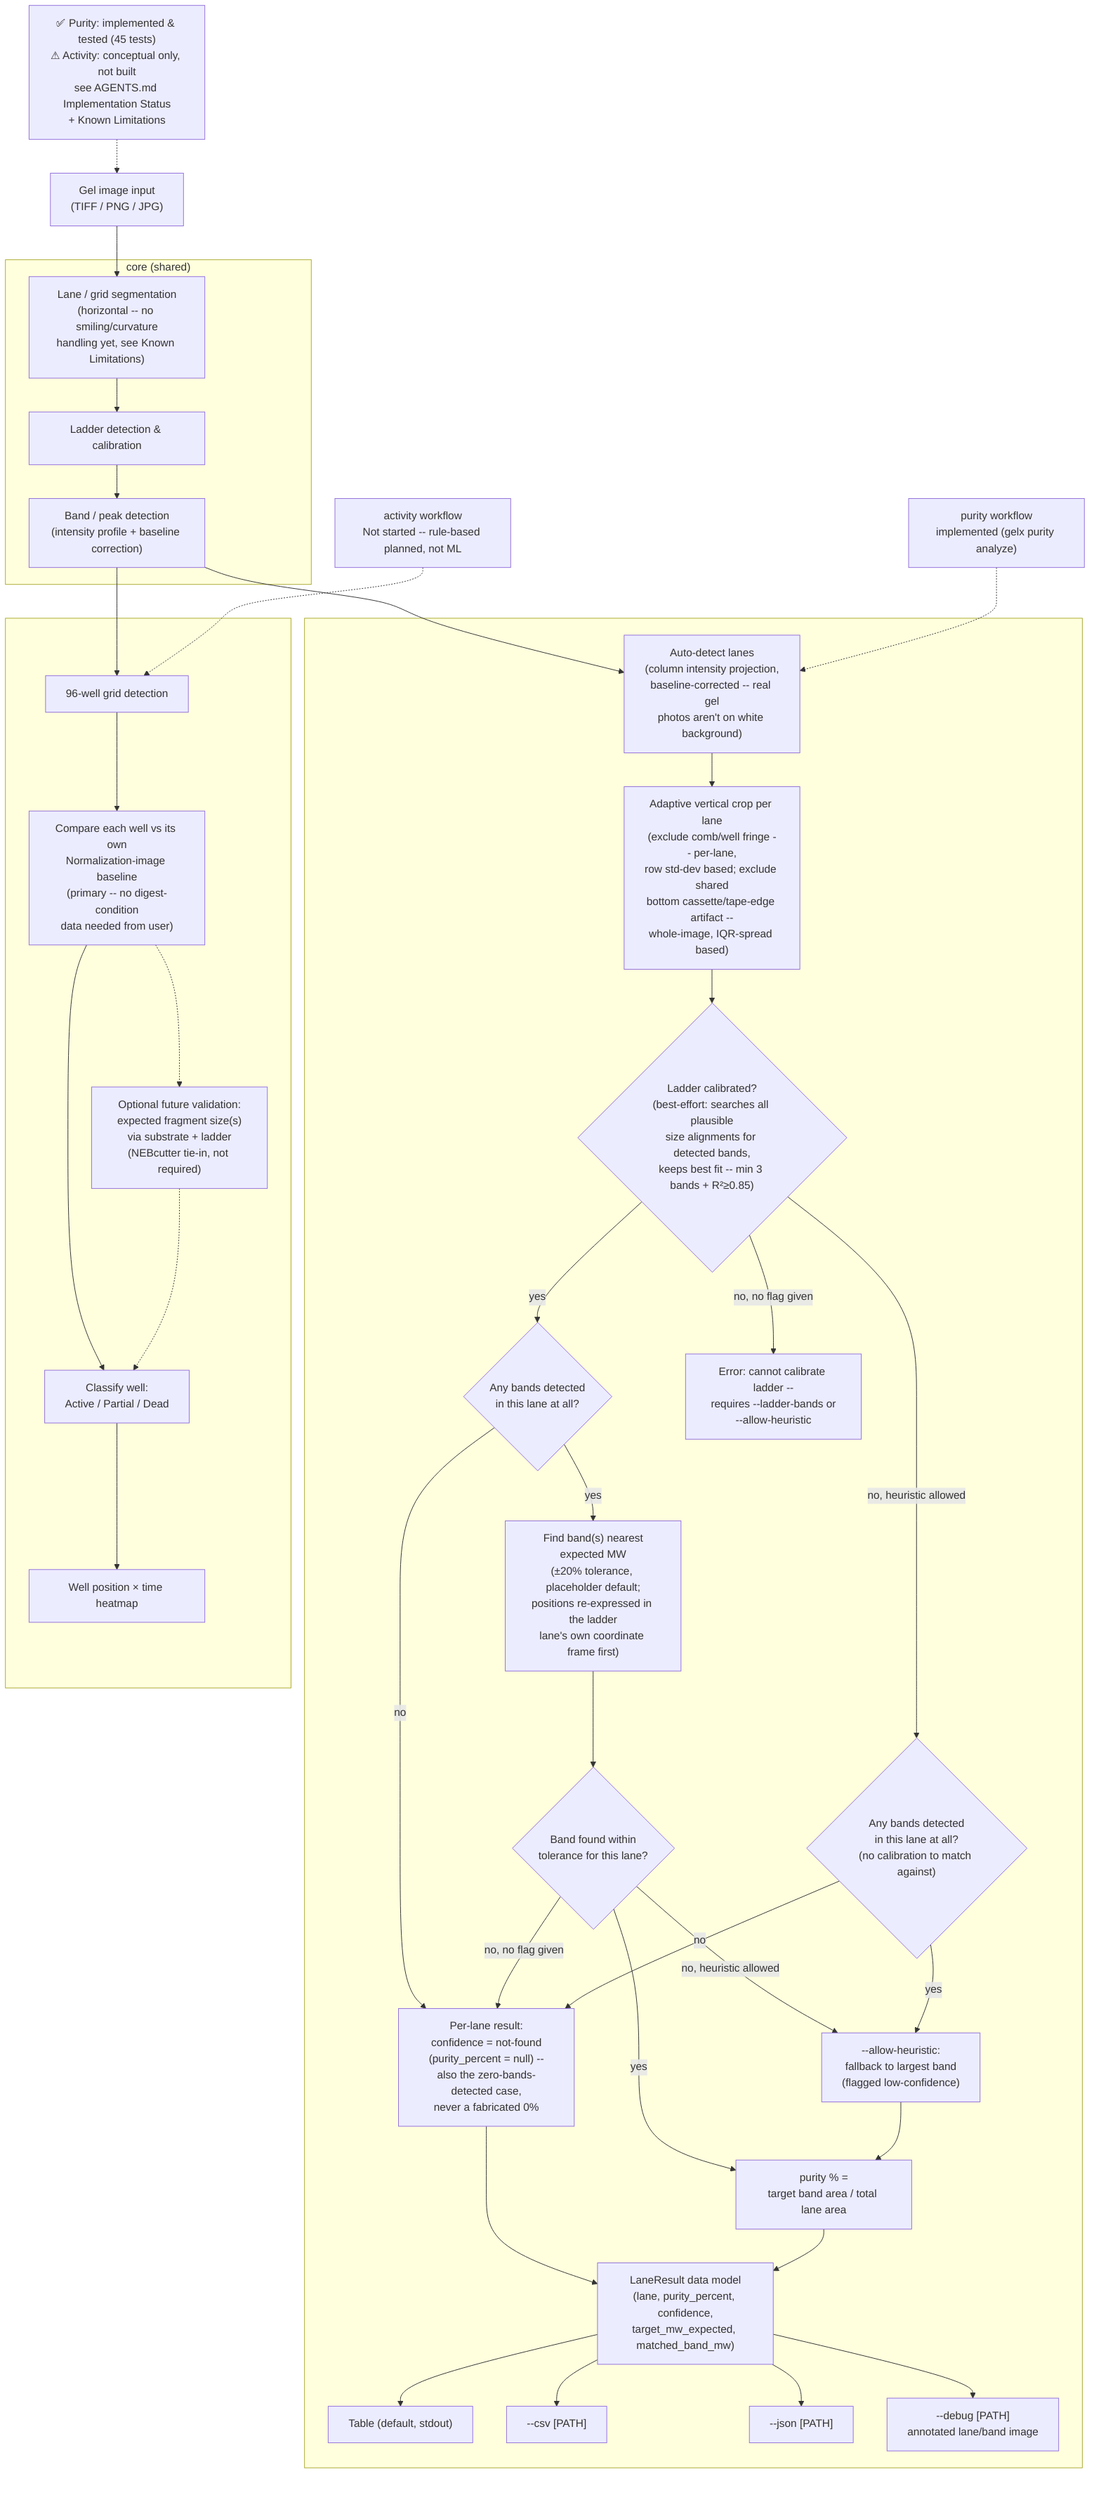
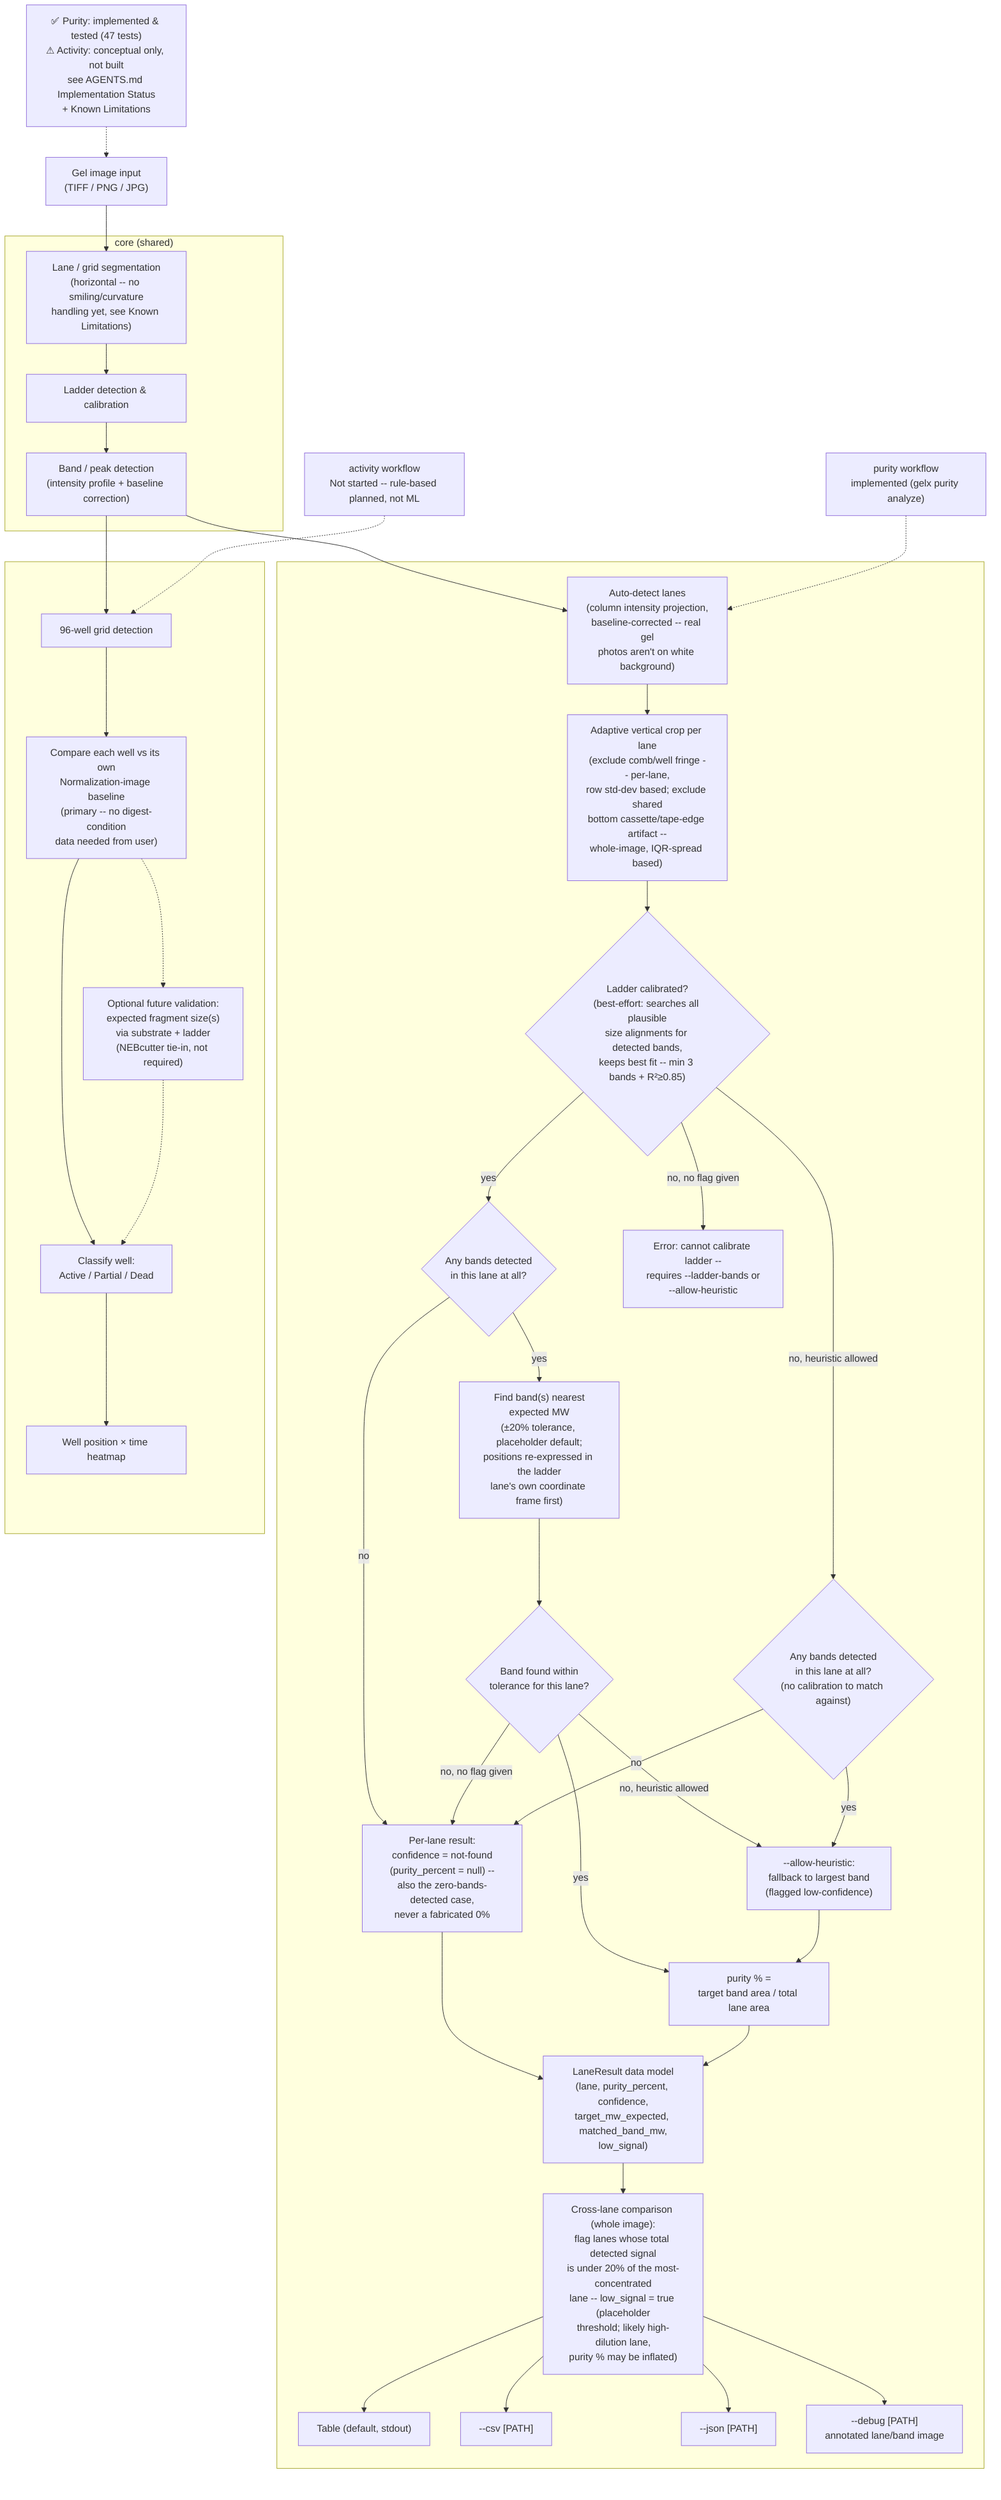
%% program-flow.mmd
%% NOTE: Reflects the purity workflow as actually implemented and tested
- %% (src/gel_extractor/, 45 tests passing) plus the activity workflow's
+ %% (src/gel_extractor/, 47 tests passing) plus the activity workflow's
%% still-conceptual design (see AGENTS.md "Design Decisions" and
%% "Implementation Status"). Not a full class/sequence diagram -- still a
%% data-flow sketch, just one grounded in working code on the purity side.

flowchart TD
-     Note["✅ Purity: implemented & tested (45 tests)<br/>⚠ Activity: conceptual only, not built<br/>see AGENTS.md Implementation Status<br/>+ Known Limitations"]
+     Note["✅ Purity: implemented & tested (47 tests)<br/>⚠ Activity: conceptual only, not built<br/>see AGENTS.md Implementation Status<br/>+ Known Limitations"]

    Input["Gel image input<br/>(TIFF / PNG / JPG)"]

    subgraph Core["core (shared)"]
        Seg["Lane / grid segmentation<br/>(horizontal -- no smiling/curvature<br/>handling yet, see Known Limitations)"]
        Ladder["Ladder detection & calibration"]
        BandDet["Band / peak detection<br/>(intensity profile + baseline correction)"]
    end

    PurityLabel["purity workflow<br/>implemented (gelx purity analyze)"]
    subgraph PurityWF[" "]
        AutoLane["Auto-detect lanes<br/>(column intensity projection,<br/>baseline-corrected -- real gel<br/>photos aren't on white background)"]
        AdaptiveCrop["Adaptive vertical crop per lane<br/>(exclude comb/well fringe -- per-lane,<br/>row std-dev based; exclude shared<br/>bottom cassette/tape-edge artifact --<br/>whole-image, IQR-spread based)"]
        LadderCal{"Ladder calibrated?<br/>(best-effort: searches all plausible<br/>size alignments for detected bands,<br/>keeps best fit -- min 3 bands + R²≥0.85)"}
        AnyBands{"Any bands detected<br/>in this lane at all?"}
        AnyBandsUncal{"Any bands detected<br/>in this lane at all?<br/>(no calibration to match against)"}
        MWMatch["Find band(s) nearest<br/>expected MW<br/>(±20% tolerance, placeholder default;<br/>positions re-expressed in the ladder<br/>lane's own coordinate frame first)"]
        MatchFound{"Band found within<br/>tolerance for this lane?"}
        NotFound["Per-lane result:<br/>confidence = not-found<br/>(purity_percent = null) --<br/>also the zero-bands-detected case,<br/>never a fabricated 0%"]
        Heuristic["--allow-heuristic:<br/>fallback to largest band<br/>(flagged low-confidence)"]
        ErrorOut["Error: cannot calibrate ladder --<br/>requires --ladder-bands or<br/>--allow-heuristic"]
        PurityCalc["purity % =<br/>target band area / total lane area"]
-         LaneResult["LaneResult data model<br/>(lane, purity_percent, confidence,<br/>target_mw_expected, matched_band_mw)"]
+         LaneResult["LaneResult data model<br/>(lane, purity_percent, confidence,<br/>target_mw_expected, matched_band_mw,<br/>low_signal)"]
+         LowSignalFlag["Cross-lane comparison (whole image):<br/>flag lanes whose total detected signal<br/>is under 20% of the most-concentrated<br/>lane -- low_signal = true (placeholder<br/>threshold; likely high-dilution lane,<br/>purity % may be inflated)"]
        TableOut["Table (default, stdout)"]
        CsvOut["--csv [PATH]"]
        JsonOut["--json [PATH]"]
        DebugOut["--debug [PATH]<br/>annotated lane/band image"]
    end

    ActivityLabel["activity workflow<br/>Not started -- rule-based planned, not ML"]
    subgraph ActivityWF[" "]
        GridDet["96-well grid detection"]
        Baseline["Compare each well vs its own<br/>Normalization-image baseline<br/>(primary -- no digest-condition<br/>data needed from user)"]
        ExpectedFrag["Optional future validation:<br/>expected fragment size(s)<br/>via substrate + ladder<br/>(NEBcutter tie-in, not required)"]
        Classify["Classify well:<br/>Active / Partial / Dead"]
        Heatmap["Well position × time heatmap"]
    end

    Note -.-> Input
    Input --> Seg --> Ladder --> BandDet

    BandDet --> AutoLane
    BandDet --> GridDet
    PurityLabel -.-> AutoLane
    ActivityLabel -.-> GridDet
    AutoLane --> AdaptiveCrop --> LadderCal
    LadderCal -- yes --> AnyBands
    AnyBands -- no --> NotFound
    AnyBands -- yes --> MWMatch --> MatchFound
    MatchFound -- yes --> PurityCalc
    MatchFound -- "no, heuristic allowed" --> Heuristic --> PurityCalc
    MatchFound -- "no, no flag given" --> NotFound --> LaneResult
    LadderCal -- "no, heuristic allowed" --> AnyBandsUncal
    AnyBandsUncal -- no --> NotFound
    AnyBandsUncal -- yes --> Heuristic
    LadderCal -- "no, no flag given" --> ErrorOut
    PurityCalc --> LaneResult
-     LaneResult --> TableOut
-     LaneResult --> CsvOut
-     LaneResult --> JsonOut
-     LaneResult --> DebugOut
+     LaneResult --> LowSignalFlag
+     LowSignalFlag --> TableOut
+     LowSignalFlag --> CsvOut
+     LowSignalFlag --> JsonOut
+     LowSignalFlag --> DebugOut
    GridDet --> Baseline --> Classify --> Heatmap
    Baseline -.-> ExpectedFrag -.-> Classify
